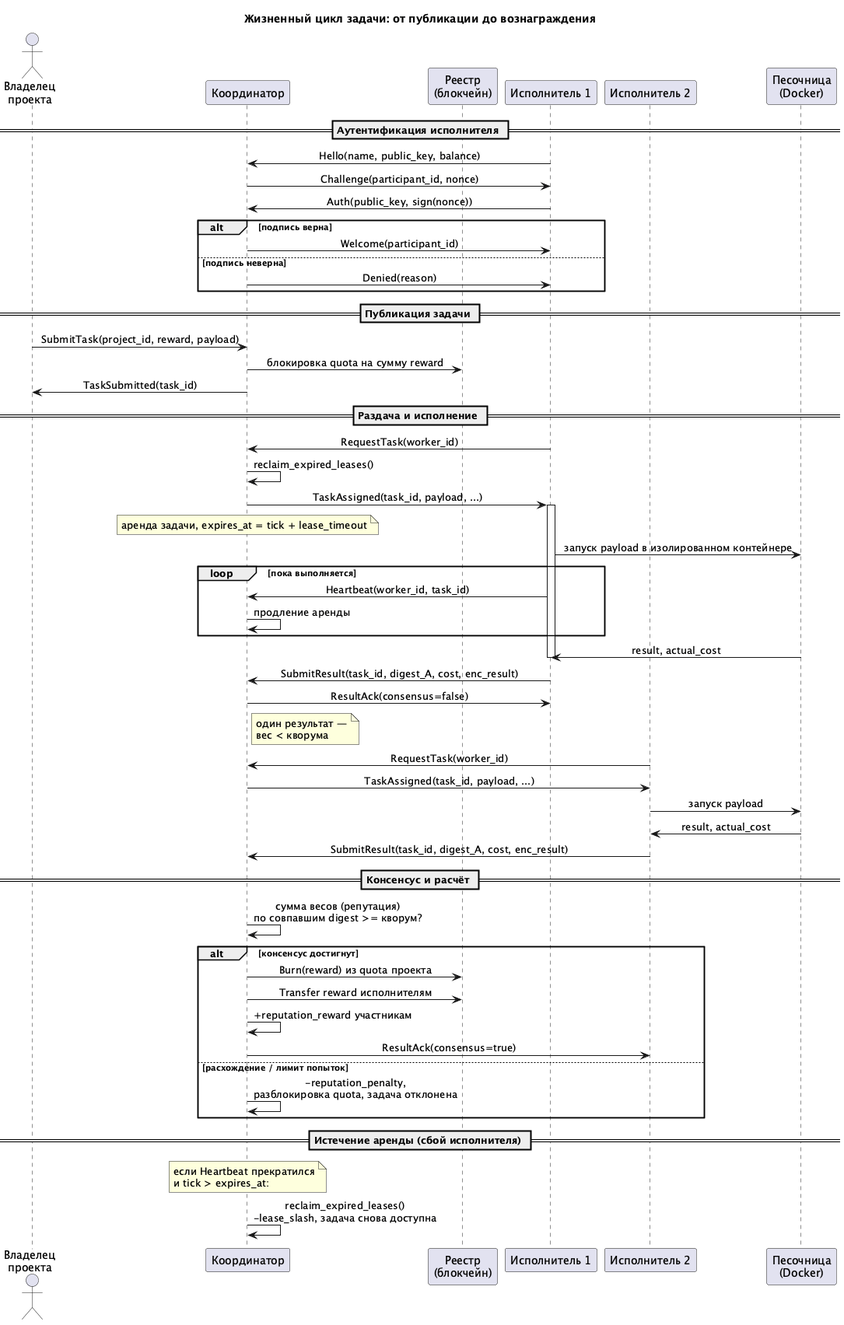
DmitryZap/boinc-qouta-rs keeps this PlantUML diagram as report/sequence_task.png. Above is the earlier version.
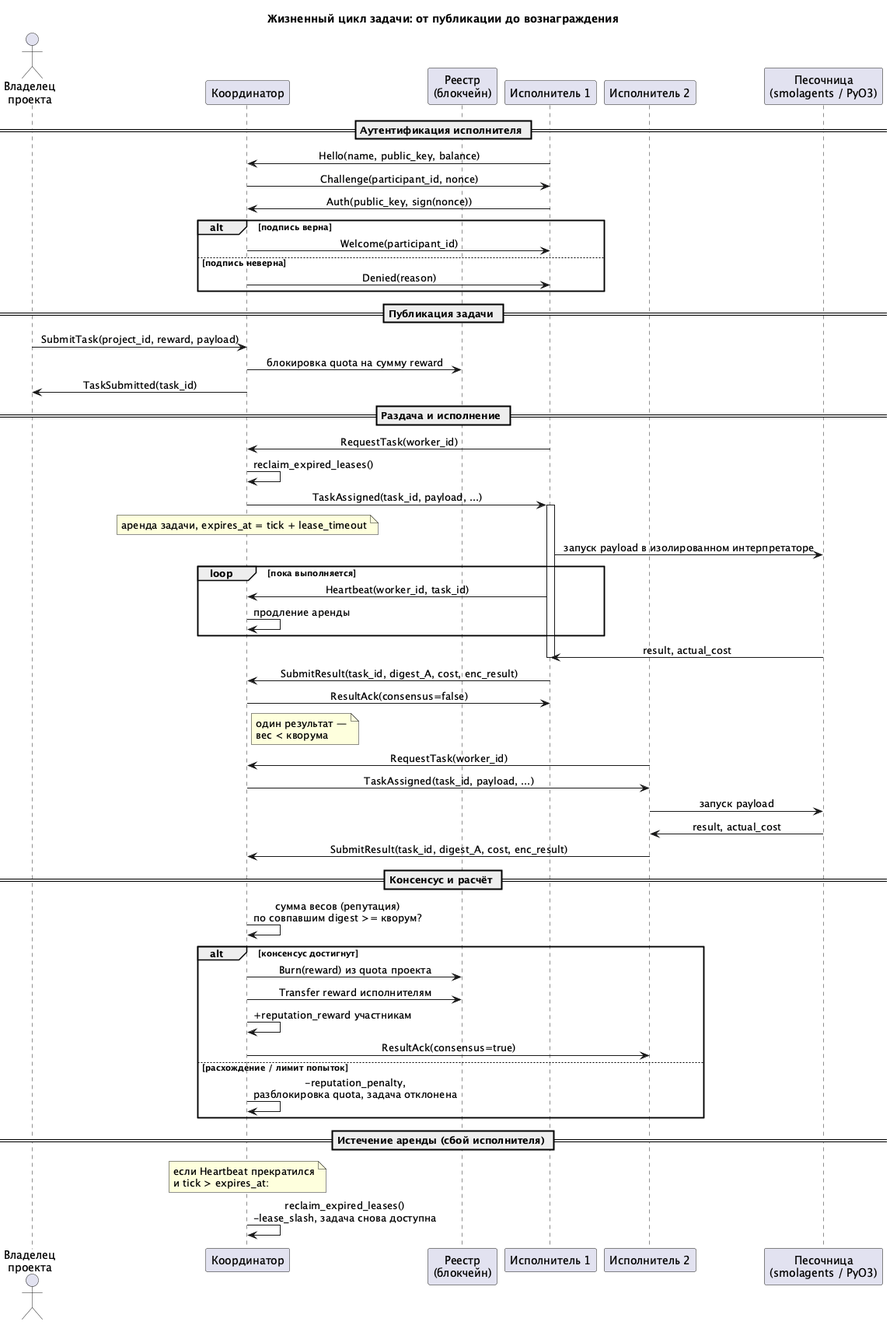
After the change.

What changed in the source:
```diff
@@ -9,7 +9,7 @@
 participant "Реестр\n(блокчейн)" as Chain
 participant "Исполнитель 1" as W1
 participant "Исполнитель 2" as W2
-participant "Песочница\n(Docker)" as Sbox
+participant "Песочница\n(smolagents / PyO3)" as Sbox
 
 == Аутентификация исполнителя ==
 W1 -> Coord : Hello(name, public_key, balance)
@@ -33,7 +33,7 @@
 note over Coord: аренда задачи, expires_at = tick + lease_timeout
 
 activate W1
-W1 -> Sbox : запуск payload в изолированном контейнере
+W1 -> Sbox : запуск payload в изолированном интерпретаторе
 loop пока выполняется
   W1 -> Coord : Heartbeat(worker_id, task_id)
   Coord -> Coord : продление аренды
```
